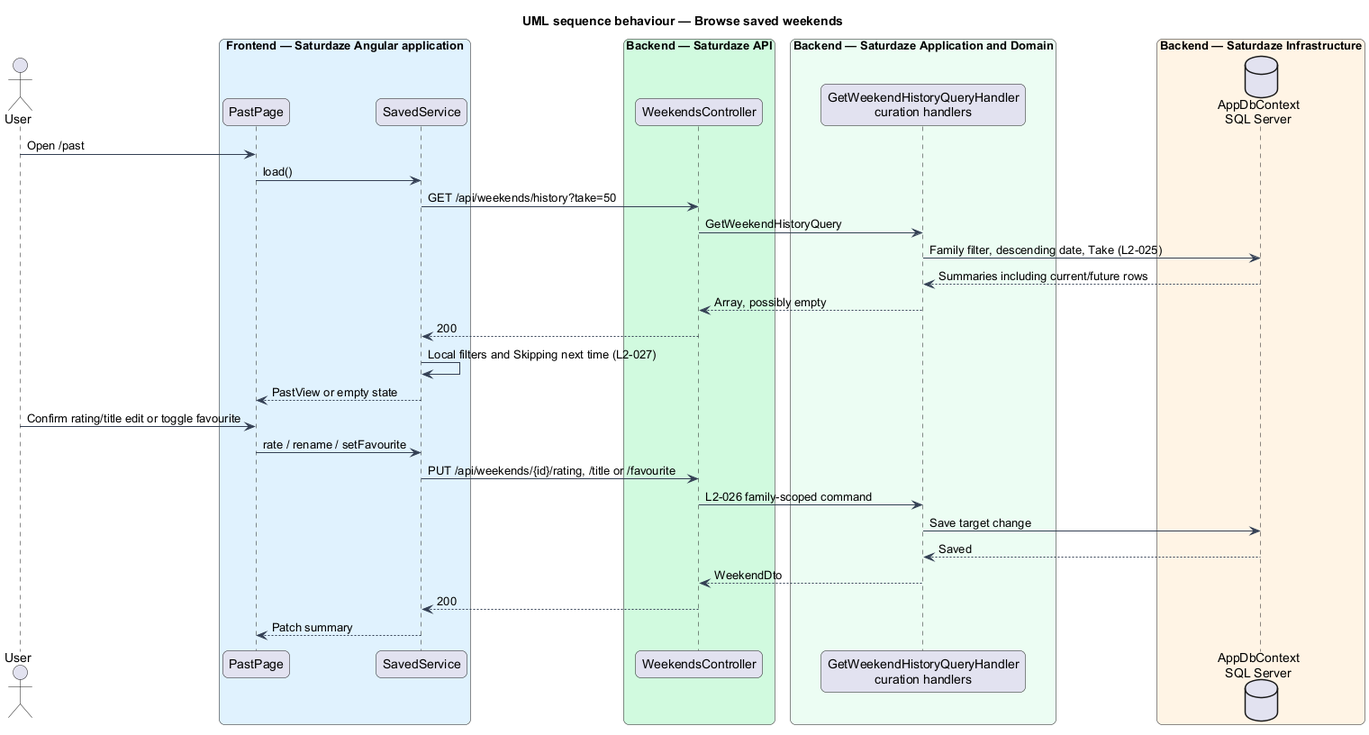
QuinntyneBrown/saturdaze keeps this PlantUML diagram as docs/detailed-designs/weekend-planning/browse-saved-weekends/diagrams/sequence-saved-weekends.png. Above is the earlier version. The source it was exported from:
```plantuml
@startuml
title UML sequence behaviour — Browse saved weekends
skinparam backgroundColor #FFFFFF
skinparam shadowing false
skinparam roundcorner 12
skinparam defaultFontName Arial
skinparam ArrowColor #344054
actor "User" as actor
box "Frontend — Saturdaze Angular application" #E0F2FE
 participant "PastPage" as page
 participant "SavedService" as client
end box
box "Backend — Saturdaze API" #D1FADF
 participant "WeekendsController" as controller
end box
box "Backend — Saturdaze Application and Domain" #ECFDF3
 participant "GetWeekendHistoryQueryHandler\ncuration handlers" as handler
end box
box "Backend — Saturdaze Infrastructure" #FFF4E5
 database "AppDbContext\nSQL Server" as db
end box
actor -> page : Open /past
page -> client : load()
client -> controller : GET /api/weekends/history?take=50
controller -> handler : GetWeekendHistoryQuery
handler -> db : Family filter, descending date, Take (L2-025)
db --> handler : Summaries including current/future rows
handler --> controller : Array, possibly empty
controller --> client : 200
client -> client : Local filters and Skipping next time (L2-027)
client --> page : PastView or empty state
actor -> page : Confirm rating/title edit or toggle favourite
page -> client : rate / rename / setFavourite
client -> controller : PUT /api/weekends/{id}/rating, /title or /favourite
controller -> handler : L2-026 family-scoped command
handler -> db : Save target change
db --> handler : Saved
handler --> controller : WeekendDto
controller --> client : 200
client --> page : Patch summary
@enduml
```
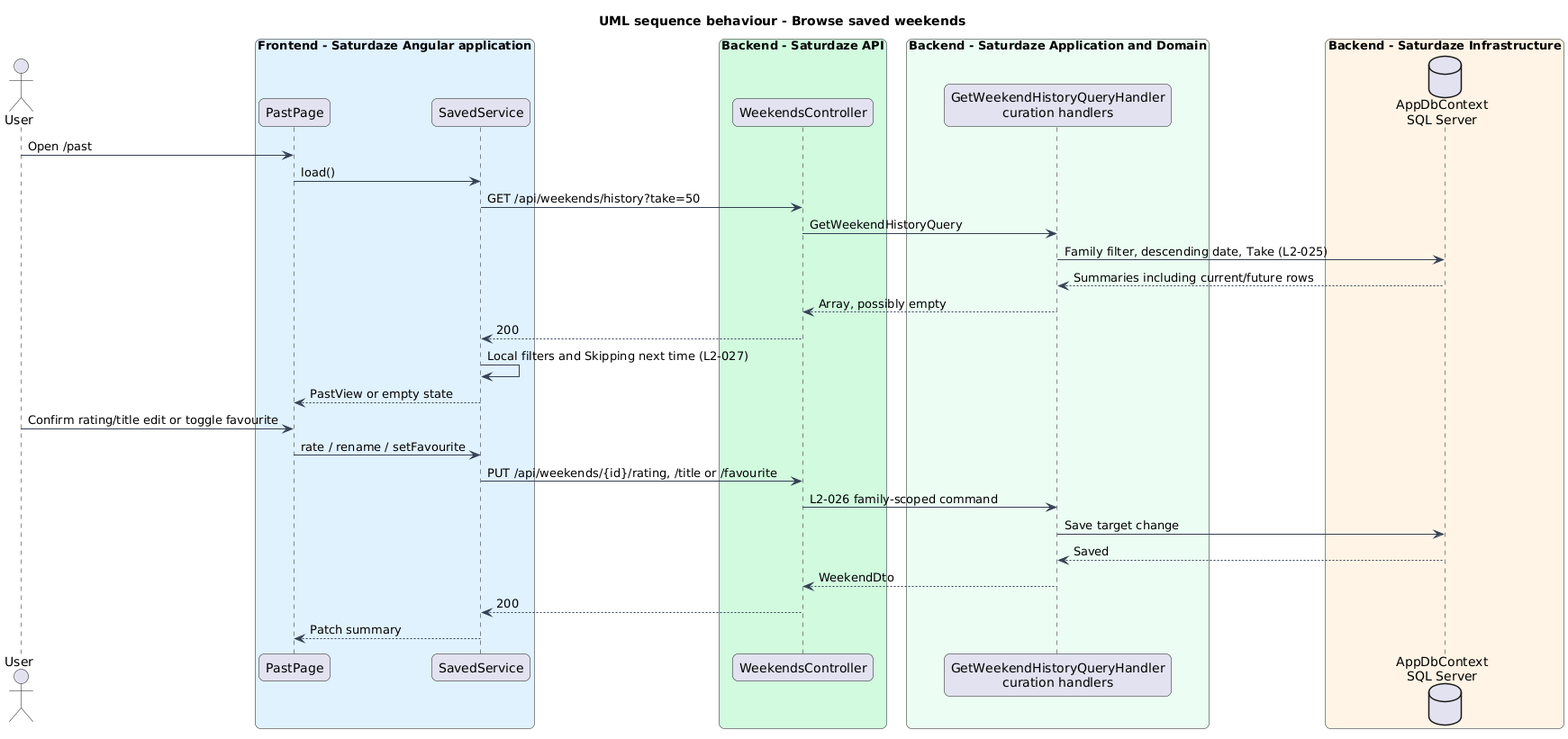
Above is the later version.

What changed in the source:
```diff
@@ -1,22 +1,22 @@
 @startuml
-title UML sequence behaviour — Browse saved weekends
+title UML sequence behaviour - Browse saved weekends
 skinparam backgroundColor #FFFFFF
 skinparam shadowing false
 skinparam roundcorner 12
 skinparam defaultFontName Arial
 skinparam ArrowColor #344054
 actor "User" as actor
-box "Frontend — Saturdaze Angular application" #E0F2FE
+box "Frontend - Saturdaze Angular application" #E0F2FE
  participant "PastPage" as page
  participant "SavedService" as client
 end box
-box "Backend — Saturdaze API" #D1FADF
+box "Backend - Saturdaze API" #D1FADF
  participant "WeekendsController" as controller
 end box
-box "Backend — Saturdaze Application and Domain" #ECFDF3
+box "Backend - Saturdaze Application and Domain" #ECFDF3
  participant "GetWeekendHistoryQueryHandler\ncuration handlers" as handler
 end box
-box "Backend — Saturdaze Infrastructure" #FFF4E5
+box "Backend - Saturdaze Infrastructure" #FFF4E5
  database "AppDbContext\nSQL Server" as db
 end box
 actor -> page : Open /past
```
